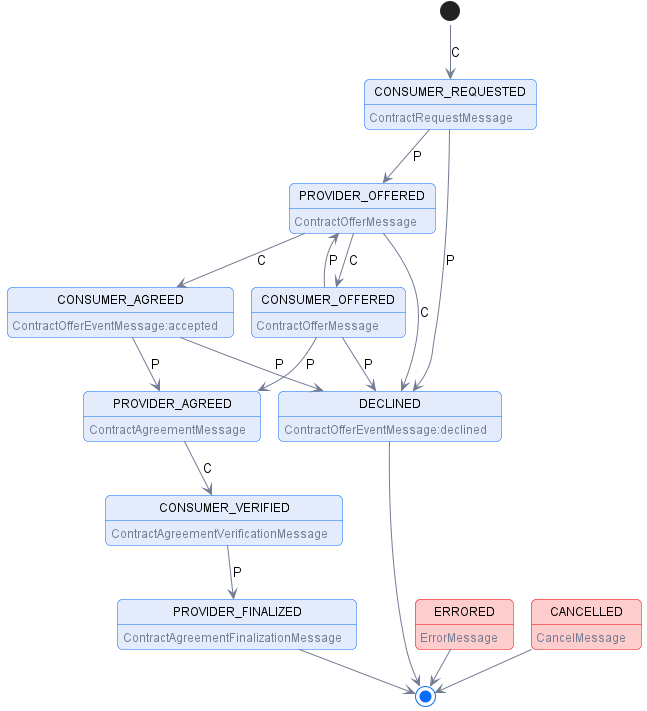
The PlantUML diagram specifications/negotiation/contract.negotiation.state.machine.png in Metaform/edc-protocols, before a commit.
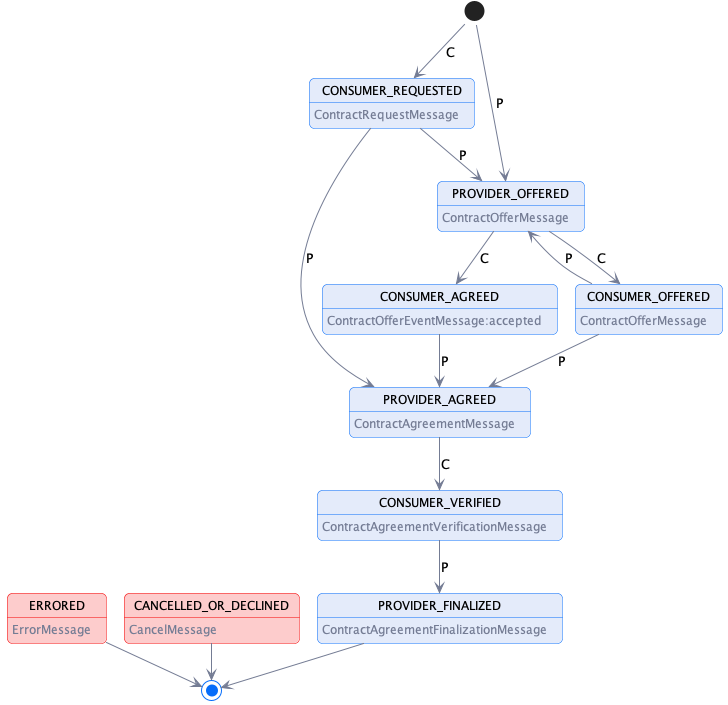
Later version of the same file.

Commit message:
add second option without consumer offered

The edit, as a diff of the source:
```diff
@@ -12,25 +12,22 @@
 state PROVIDER_AGREED: <color:$darkGray>ContractAgreementMessage
 state CONSUMER_VERIFIED: <color:$darkGray>ContractAgreementVerificationMessage
 state PROVIDER_FINALIZED: <color:$darkGray>ContractAgreementFinalizationMessage
-state DECLINED:  <color:$darkGray>ContractOfferEventMessage:declined
 
 state ERRORED $lightRed #$borderRed : <color:$darkGray>ErrorMessage
-state CANCELLED $lightRed #$borderRed:  <color:$darkGray>CancelMessage
+state CANCELLED_OR_DECLINED $lightRed #$borderRed:  <color:$darkGray>CancelMessage
 
 [*] --> CONSUMER_REQUESTED: C
 CONSUMER_REQUESTED -->  PROVIDER_OFFERED: P
-CONSUMER_REQUESTED -->  DECLINED: P
+CONSUMER_REQUESTED -->  PROVIDER_AGREED: P
 
+[*] --> PROVIDER_OFFERED: P
 PROVIDER_OFFERED -->  CONSUMER_OFFERED: C
 PROVIDER_OFFERED -->  CONSUMER_AGREED: C
-PROVIDER_OFFERED -->  DECLINED: C
 
 CONSUMER_OFFERED -->  PROVIDER_OFFERED: P
-CONSUMER_OFFERED -->  DECLINED: P
 CONSUMER_OFFERED -->  PROVIDER_AGREED: P
 
 CONSUMER_AGREED --> PROVIDER_AGREED: P
-CONSUMER_AGREED --> DECLINED: P
 
 PROVIDER_AGREED --> CONSUMER_VERIFIED: C
 
@@ -38,7 +35,6 @@
 
 PROVIDER_FINALIZED -->[*]
 ERRORED --> [*]
-CANCELLED --> [*]
-DECLINED --> [*]
+CANCELLED_OR_DECLINED --> [*]
 
 @enduml
```
